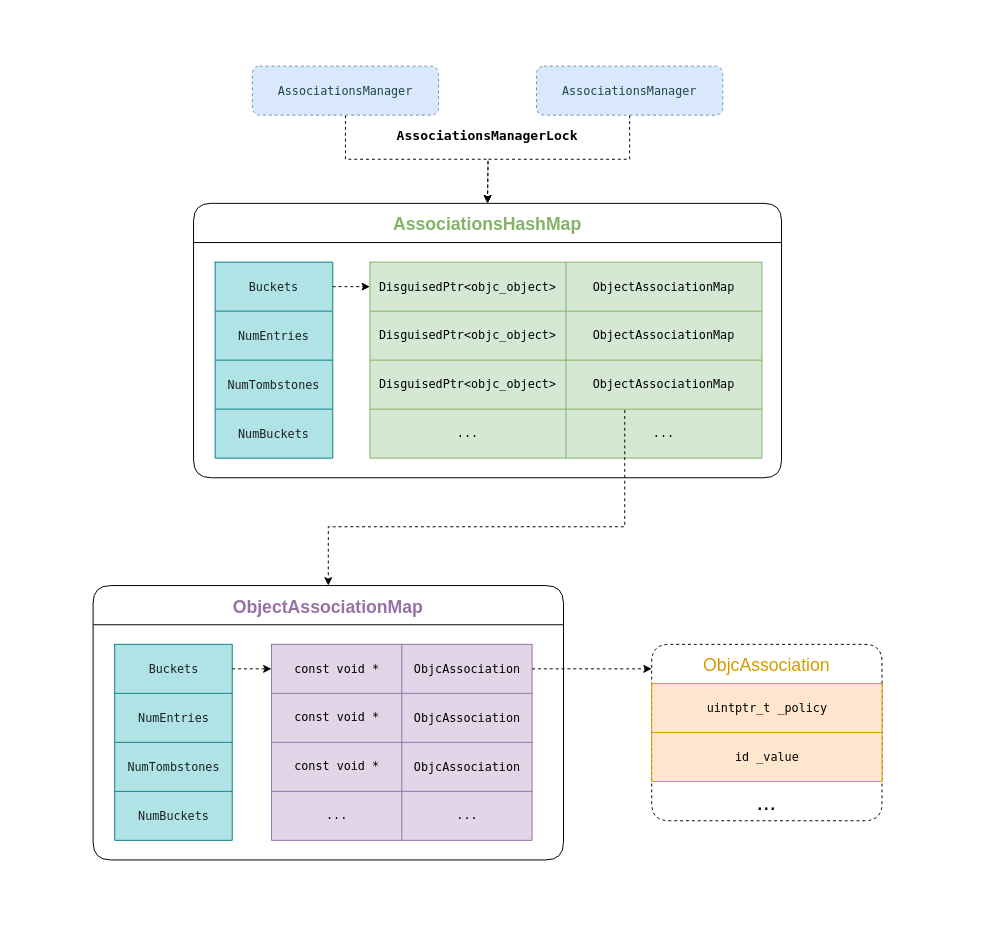
The draw.io diagram 关联对象哈希结构.drawio in star-j/Flowchart, before the edit. Source tidied: cells renumbered, new cells numbered last; positions are measured from the earlier drawing's top-left corner, leaving out a move shared by most shapes. Both pictures are drawn from the tidied source at 98%, with x=0, y=0 at pixel (93, 66).
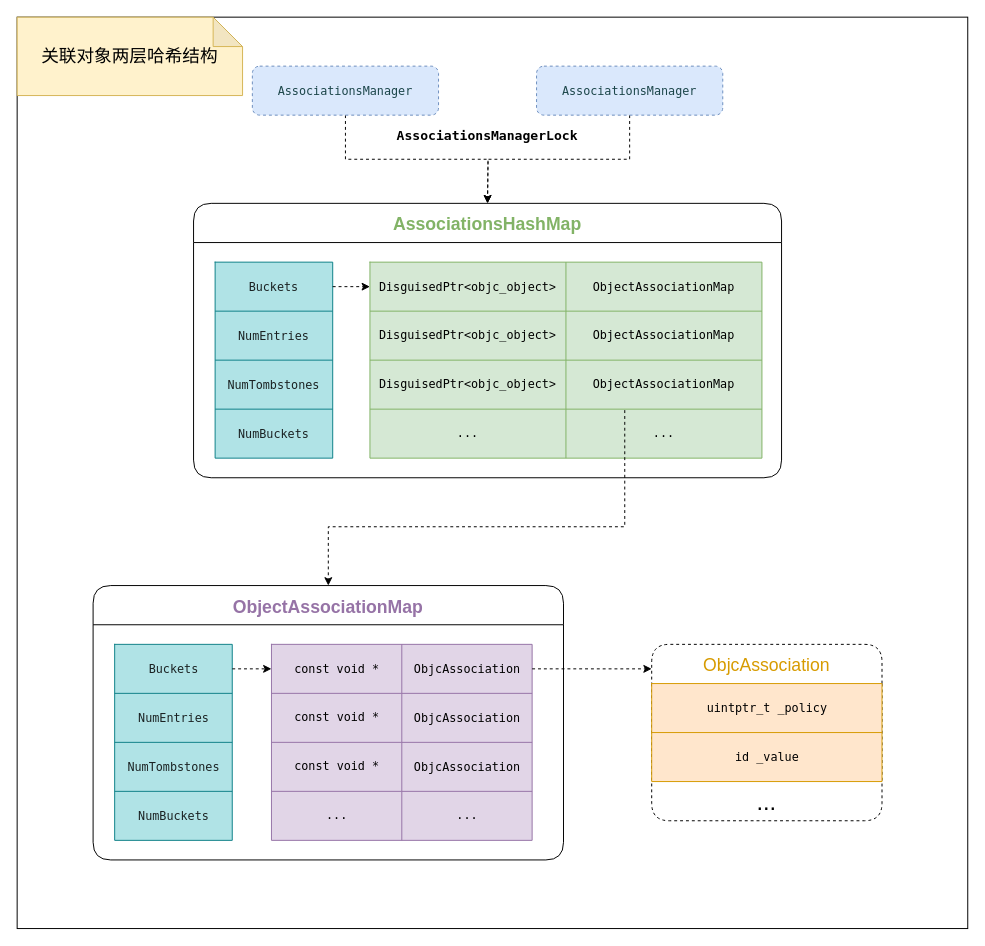
The same page after the edit.

Commit message (it also covers changes not shown here):
Update 关联对象哈希结构.drawio

What changed in the source:
```diff
@@
+    <mxCell id="64" style="rounded=0;whiteSpace=wrap;html=1;shadow=0;sketch=0;fontSize=18;fontColor=#82B366;strokeColor=#000000;strokeWidth=1;fillColor=#ffffff;gradientColor=none;align=center;verticalAlign=middle;" parent="1" vertex="1">
+      <mxGeometry x="-78" y="-50" width="970" height="930" as="geometry" />
+    </mxCell>
@@
+    <mxCell id="65" value="关联对象两层哈希结构" style="shape=note;whiteSpace=wrap;html=1;backgroundOutline=1;darkOpacity=0.05;rounded=1;shadow=0;sketch=0;fontSize=18;strokeColor=#d6b656;strokeWidth=1;fillColor=#fff2cc;align=center;verticalAlign=middle;" parent="1" vertex="1">
+      <mxGeometry x="-78" y="-50" width="230" height="80" as="geometry" />
+    </mxCell>
```
